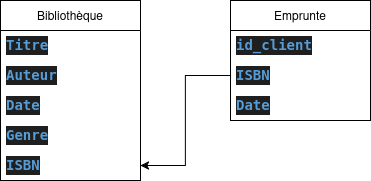
This is terminale/2_Base_de_donnees/1_BDD/img/schema_relationnel_bibliotheque.png from tortillard/nsi, a draw.io export, as it was before one commit. Source tidied: cells renumbered, new cells last; positions are measured from the earlier drawing's top-left corner, leaving out a move shared by most shapes. The source it was exported from:
```xml
<mxGraphModel>
  <root>
    <mxCell id="0" />
    <mxCell id="1" parent="0" />
    <mxCell id="2" value="Bibliothèque" style="swimlane;fontStyle=0;horizontal=1;startSize=30;whiteSpace=wrap;html=1;" parent="1" vertex="1">
      <mxGeometry width="140" height="180" as="geometry" />
    </mxCell>
    <mxCell id="3" value="&lt;div style=&quot;color: #cccccc;background-color: #1f1f1f;font-family: 'Droid Sans Mono', 'monospace', monospace;font-weight: normal;font-size: 14px;line-height: 19px;white-space: pre;&quot;&gt;&lt;div&gt;&lt;span style=&quot;color: #569cd6;font-weight: bold;&quot;&gt;Titre&lt;/span&gt;&lt;/div&gt;&lt;/div&gt;" style="text;strokeColor=none;fillColor=none;align=left;verticalAlign=middle;spacingLeft=4;spacingRight=4;overflow=hidden;whiteSpace=wrap;html=1;" parent="2" vertex="1">
      <mxGeometry y="30" width="140" height="30" as="geometry" />
    </mxCell>
    <mxCell id="4" value="&lt;div style=&quot;color: rgb(204, 204, 204); background-color: rgb(31, 31, 31); font-family: &amp;quot;Droid Sans Mono&amp;quot;, &amp;quot;monospace&amp;quot;, monospace; font-weight: normal; font-size: 14px; line-height: 19px; white-space: pre;&quot;&gt;&lt;div&gt;&lt;span style=&quot;color: rgb(86, 156, 214); font-weight: bold;&quot;&gt;Auteur&lt;/span&gt;&lt;/div&gt;&lt;/div&gt;" style="text;strokeColor=none;fillColor=none;align=left;verticalAlign=middle;spacingLeft=4;spacingRight=4;overflow=hidden;whiteSpace=wrap;html=1;" parent="2" vertex="1">
      <mxGeometry y="60" width="140" height="30" as="geometry" />
    </mxCell>
    <mxCell id="5" value="&lt;div style=&quot;color: rgb(204, 204, 204); background-color: rgb(31, 31, 31); font-family: &amp;quot;Droid Sans Mono&amp;quot;, &amp;quot;monospace&amp;quot;, monospace; font-weight: normal; font-size: 14px; line-height: 19px; white-space: pre;&quot;&gt;&lt;div&gt;&lt;span style=&quot;color: rgb(86, 156, 214); font-weight: bold;&quot;&gt;Date&lt;/span&gt;&lt;/div&gt;&lt;/div&gt;" style="text;strokeColor=none;fillColor=none;align=left;verticalAlign=middle;spacingLeft=4;spacingRight=4;overflow=hidden;whiteSpace=wrap;html=1;" parent="2" vertex="1">
      <mxGeometry y="90" width="140" height="30" as="geometry" />
    </mxCell>
    <mxCell id="6" value="&lt;div style=&quot;color: light-dark(rgb(204, 204, 204), rgb(62, 62, 62)); background-color: light-dark(rgb(31, 31, 31), rgb(210, 210, 210)); font-family: &amp;quot;Droid Sans Mono&amp;quot;, &amp;quot;monospace&amp;quot;, monospace; font-weight: normal; font-size: 14px; line-height: 19px; white-space: pre;&quot;&gt;&lt;div&gt;&lt;span style=&quot;color: light-dark(rgb(86, 156, 214), rgb(61, 121, 171)); font-weight: bold;&quot;&gt;Genre&lt;/span&gt;&lt;/div&gt;&lt;/div&gt;" style="text;strokeColor=none;fillColor=none;align=left;verticalAlign=middle;spacingLeft=4;spacingRight=4;overflow=hidden;whiteSpace=wrap;html=1;" parent="2" vertex="1">
      <mxGeometry y="120" width="140" height="30" as="geometry" />
    </mxCell>
    <mxCell id="7" value="&lt;div style=&quot;color: light-dark(rgb(204, 204, 204), rgb(62, 62, 62)); background-color: light-dark(rgb(31, 31, 31), rgb(210, 210, 210)); font-family: &amp;quot;Droid Sans Mono&amp;quot;, &amp;quot;monospace&amp;quot;, monospace; font-weight: normal; font-size: 14px; line-height: 19px; white-space: pre;&quot;&gt;&lt;div&gt;&lt;span style=&quot;color: light-dark(rgb(86, 156, 214), rgb(61, 121, 171)); font-weight: bold;&quot;&gt;ISBN&lt;/span&gt;&lt;/div&gt;&lt;/div&gt;" style="text;strokeColor=none;fillColor=none;align=left;verticalAlign=middle;spacingLeft=4;spacingRight=4;overflow=hidden;points=[[0,0.5],[1,0.5]];portConstraint=eastwest;whiteSpace=wrap;html=1;" parent="2" vertex="1">
      <mxGeometry y="150" width="140" height="30" as="geometry" />
    </mxCell>
    <mxCell id="8" value="Emprunte" style="swimlane;fontStyle=0;horizontal=1;startSize=30;whiteSpace=wrap;html=1;" parent="1" vertex="1">
      <mxGeometry x="230" width="140" height="120" as="geometry" />
    </mxCell>
    <mxCell id="9" value="&lt;div style=&quot;color: #cccccc;background-color: #1f1f1f;font-family: 'Droid Sans Mono', 'monospace', monospace;font-weight: normal;font-size: 14px;line-height: 19px;white-space: pre;&quot;&gt;&lt;div&gt;&lt;span style=&quot;color: #569cd6;font-weight: bold;&quot;&gt;id_client&lt;/span&gt;&lt;/div&gt;&lt;/div&gt;" style="text;strokeColor=none;fillColor=none;align=left;verticalAlign=middle;spacingLeft=4;spacingRight=4;overflow=hidden;whiteSpace=wrap;html=1;" parent="8" vertex="1">
      <mxGeometry y="30" width="140" height="30" as="geometry" />
    </mxCell>
    <mxCell id="10" value="&lt;div style=&quot;color: #cccccc;background-color: #1f1f1f;font-family: 'Droid Sans Mono', 'monospace', monospace;font-weight: normal;font-size: 14px;line-height: 19px;white-space: pre;&quot;&gt;&lt;div&gt;&lt;span style=&quot;color: #569cd6;font-weight: bold;&quot;&gt;ISBN&lt;/span&gt;&lt;/div&gt;&lt;/div&gt;" style="text;strokeColor=none;fillColor=none;align=left;verticalAlign=middle;spacingLeft=4;spacingRight=4;overflow=hidden;points=[[0,0.5],[1,0.5]];portConstraint=eastwest;whiteSpace=wrap;html=1;" parent="8" vertex="1">
      <mxGeometry y="60" width="140" height="30" as="geometry" />
    </mxCell>
    <mxCell id="11" value="&lt;div style=&quot;color: #cccccc;background-color: #1f1f1f;font-family: 'Droid Sans Mono', 'monospace', monospace;font-weight: normal;font-size: 14px;line-height: 19px;white-space: pre;&quot;&gt;&lt;div&gt;&lt;span style=&quot;color: #569cd6;font-weight: bold;&quot;&gt;Date&lt;/span&gt;&lt;/div&gt;&lt;/div&gt;" style="text;strokeColor=none;fillColor=none;align=left;verticalAlign=middle;spacingLeft=4;spacingRight=4;overflow=hidden;whiteSpace=wrap;html=1;" parent="8" vertex="1">
      <mxGeometry y="90" width="140" height="30" as="geometry" />
    </mxCell>
    <mxCell id="12" style="edgeStyle=orthogonalEdgeStyle;rounded=0;jettySize=auto;html=1;exitX=0;exitY=0.5;exitDx=0;exitDy=0;" parent="1" edge="1" source="10" target="7">
      <mxGeometry relative="1" as="geometry" />
    </mxCell>
  </root>
</mxGraphModel>
```
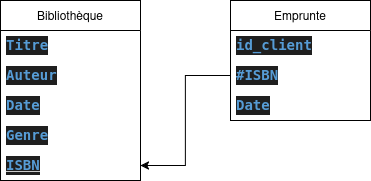
The same file after the commit.

Change to the diagram source:
```diff
@@ -17,7 +17,7 @@
     <mxCell id="6" value="&lt;div style=&quot;color: light-dark(rgb(204, 204, 204), rgb(62, 62, 62)); background-color: light-dark(rgb(31, 31, 31), rgb(210, 210, 210)); font-family: &amp;quot;Droid Sans Mono&amp;quot;, &amp;quot;monospace&amp;quot;, monospace; font-weight: normal; font-size: 14px; line-height: 19px; white-space: pre;&quot;&gt;&lt;div&gt;&lt;span style=&quot;color: light-dark(rgb(86, 156, 214), rgb(61, 121, 171)); font-weight: bold;&quot;&gt;Genre&lt;/span&gt;&lt;/div&gt;&lt;/div&gt;" style="text;strokeColor=none;fillColor=none;align=left;verticalAlign=middle;spacingLeft=4;spacingRight=4;overflow=hidden;whiteSpace=wrap;html=1;" parent="2" vertex="1">
       <mxGeometry y="120" width="140" height="30" as="geometry" />
     </mxCell>
-    <mxCell id="7" value="&lt;div style=&quot;color: light-dark(rgb(204, 204, 204), rgb(62, 62, 62)); background-color: light-dark(rgb(31, 31, 31), rgb(210, 210, 210)); font-family: &amp;quot;Droid Sans Mono&amp;quot;, &amp;quot;monospace&amp;quot;, monospace; font-weight: normal; font-size: 14px; line-height: 19px; white-space: pre;&quot;&gt;&lt;div&gt;&lt;span style=&quot;color: light-dark(rgb(86, 156, 214), rgb(61, 121, 171)); font-weight: bold;&quot;&gt;ISBN&lt;/span&gt;&lt;/div&gt;&lt;/div&gt;" style="text;strokeColor=none;fillColor=none;align=left;verticalAlign=middle;spacingLeft=4;spacingRight=4;overflow=hidden;points=[[0,0.5],[1,0.5]];portConstraint=eastwest;whiteSpace=wrap;html=1;" parent="2" vertex="1">
+    <mxCell id="7" value="&lt;div style=&quot;color: light-dark(rgb(204, 204, 204), rgb(62, 62, 62)); background-color: light-dark(rgb(31, 31, 31), rgb(210, 210, 210)); font-family: &amp;quot;Droid Sans Mono&amp;quot;, &amp;quot;monospace&amp;quot;, monospace; font-weight: normal; font-size: 14px; line-height: 19px; white-space: pre;&quot;&gt;&lt;div&gt;&lt;u&gt;&lt;span style=&quot;color: light-dark(rgb(86, 156, 214), rgb(61, 121, 171)); font-weight: bold;&quot;&gt;&lt;font&gt;ISBN&lt;/font&gt;&lt;/span&gt;&lt;/u&gt;&lt;/div&gt;&lt;/div&gt;" style="text;strokeColor=none;fillColor=none;align=left;verticalAlign=middle;spacingLeft=4;spacingRight=4;overflow=hidden;points=[[0,0.5],[1,0.5]];portConstraint=eastwest;whiteSpace=wrap;html=1;" parent="2" vertex="1">
       <mxGeometry y="150" width="140" height="30" as="geometry" />
     </mxCell>
     <mxCell id="8" value="Emprunte" style="swimlane;fontStyle=0;horizontal=1;startSize=30;whiteSpace=wrap;html=1;" parent="1" vertex="1">
@@ -26,7 +26,7 @@
     <mxCell id="9" value="&lt;div style=&quot;color: #cccccc;background-color: #1f1f1f;font-family: 'Droid Sans Mono', 'monospace', monospace;font-weight: normal;font-size: 14px;line-height: 19px;white-space: pre;&quot;&gt;&lt;div&gt;&lt;span style=&quot;color: #569cd6;font-weight: bold;&quot;&gt;id_client&lt;/span&gt;&lt;/div&gt;&lt;/div&gt;" style="text;strokeColor=none;fillColor=none;align=left;verticalAlign=middle;spacingLeft=4;spacingRight=4;overflow=hidden;whiteSpace=wrap;html=1;" parent="8" vertex="1">
       <mxGeometry y="30" width="140" height="30" as="geometry" />
     </mxCell>
-    <mxCell id="10" value="&lt;div style=&quot;color: #cccccc;background-color: #1f1f1f;font-family: 'Droid Sans Mono', 'monospace', monospace;font-weight: normal;font-size: 14px;line-height: 19px;white-space: pre;&quot;&gt;&lt;div&gt;&lt;span style=&quot;color: #569cd6;font-weight: bold;&quot;&gt;ISBN&lt;/span&gt;&lt;/div&gt;&lt;/div&gt;" style="text;strokeColor=none;fillColor=none;align=left;verticalAlign=middle;spacingLeft=4;spacingRight=4;overflow=hidden;points=[[0,0.5],[1,0.5]];portConstraint=eastwest;whiteSpace=wrap;html=1;" parent="8" vertex="1">
+    <mxCell id="10" value="&lt;div style=&quot;color: rgb(204, 204, 204); background-color: rgb(31, 31, 31); font-family: &amp;quot;Droid Sans Mono&amp;quot;, &amp;quot;monospace&amp;quot;, monospace; font-weight: normal; font-size: 14px; line-height: 19px; white-space: pre;&quot;&gt;&lt;div&gt;&lt;span style=&quot;color: rgb(86, 156, 214); font-weight: bold;&quot;&gt;#ISBN&lt;/span&gt;&lt;/div&gt;&lt;/div&gt;" style="text;strokeColor=none;fillColor=none;align=left;verticalAlign=middle;spacingLeft=4;spacingRight=4;overflow=hidden;points=[[0,0.5],[1,0.5]];portConstraint=eastwest;whiteSpace=wrap;html=1;" parent="8" vertex="1">
       <mxGeometry y="60" width="140" height="30" as="geometry" />
     </mxCell>
     <mxCell id="11" value="&lt;div style=&quot;color: #cccccc;background-color: #1f1f1f;font-family: 'Droid Sans Mono', 'monospace', monospace;font-weight: normal;font-size: 14px;line-height: 19px;white-space: pre;&quot;&gt;&lt;div&gt;&lt;span style=&quot;color: #569cd6;font-weight: bold;&quot;&gt;Date&lt;/span&gt;&lt;/div&gt;&lt;/div&gt;" style="text;strokeColor=none;fillColor=none;align=left;verticalAlign=middle;spacingLeft=4;spacingRight=4;overflow=hidden;whiteSpace=wrap;html=1;" parent="8" vertex="1">
```
